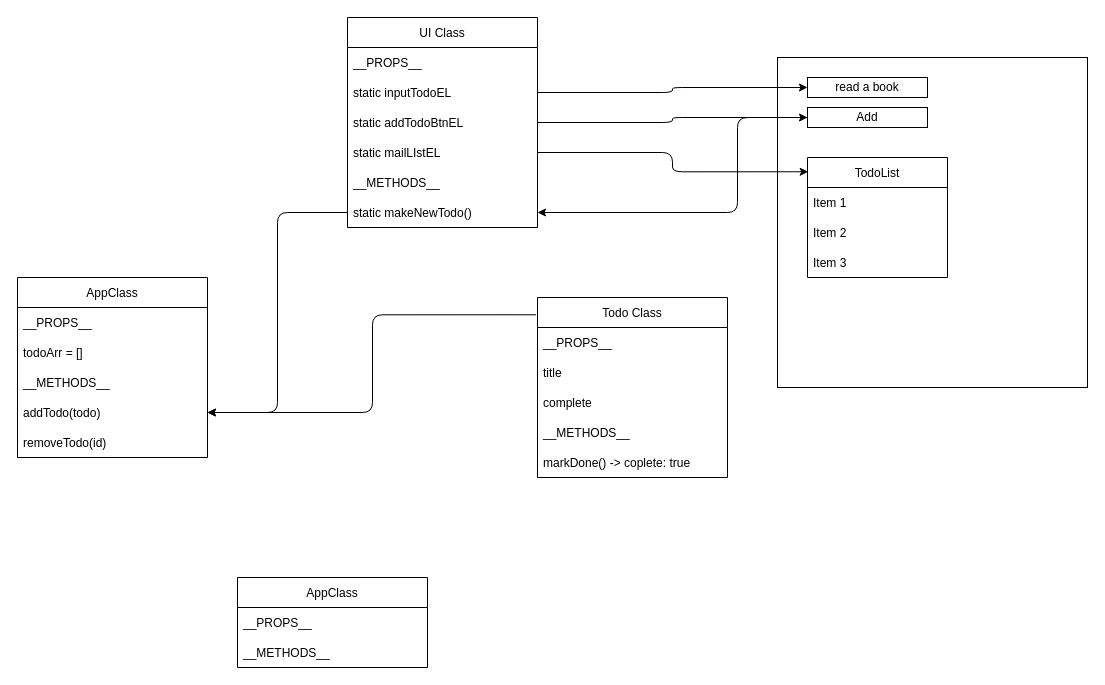
Before: plan.drawio in MariusCodeAcademy/type12-js-18-oop-todo-magic, a draw.io diagram. Source tidied: cells renumbered, new cells numbered last; positions are measured from the earlier drawing's top-left corner, leaving out a move shared by most shapes. Both pictures are drawn from the tidied source at 100%, with x=0, y=0 at pixel (17, 17).
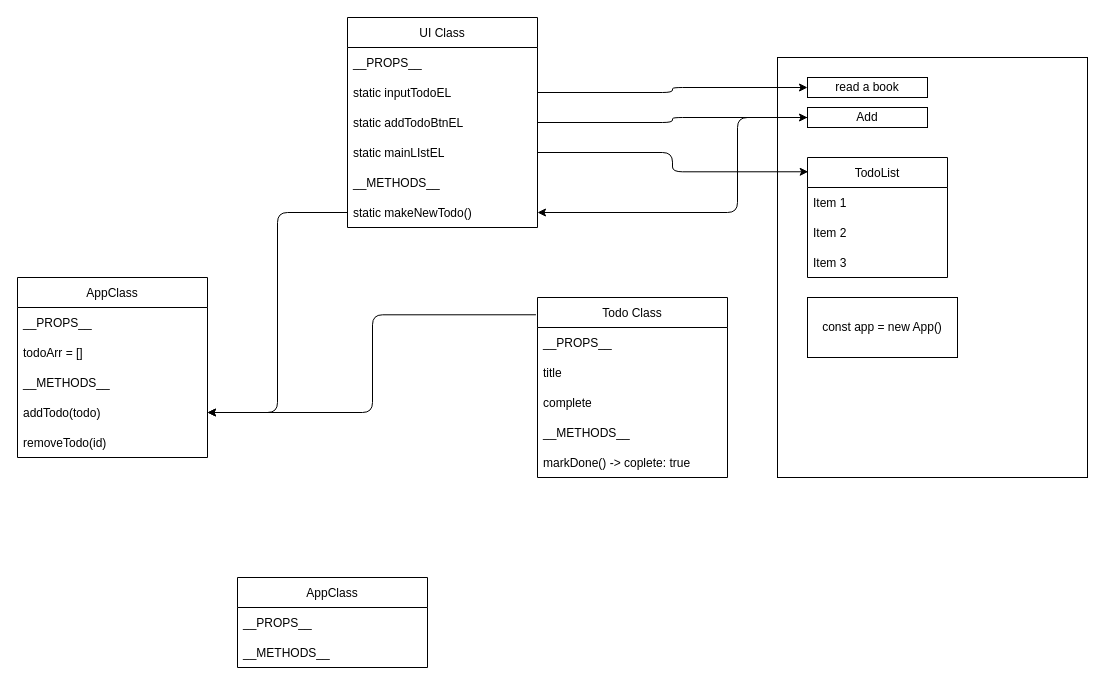
The same diagram, later.

Unchanged cells that the change refers to:
```xml
<mxCell id="18" value="UI Class" style="swimlane;fontStyle=0;horizontal=1;startSize=30;" parent="1" vertex="1">
  <mxGeometry x="330" width="190" height="210" as="geometry" />
</mxCell>
```

Change to the diagram source:
```diff
@@
-    <mxCell id="22" value="static mailLIstEL" style="text;strokeColor=none;fillColor=none;align=left;verticalAlign=middle;spacingLeft=4;spacingRight=4;overflow=hidden;points=[[0,0.5],[1,0.5]];portConstraint=eastwest;" parent="18" vertex="1">
+    <mxCell id="22" value="static mainLIstEL" style="text;strokeColor=none;fillColor=none;align=left;verticalAlign=middle;spacingLeft=4;spacingRight=4;overflow=hidden;points=[[0,0.5],[1,0.5]];portConstraint=eastwest;" parent="18" vertex="1">
       <mxGeometry y="120" width="190" height="30" as="geometry" />
     </mxCell>
@@
     <mxCell id="25" style="rounded=0;whiteSpace=wrap;html=1;" parent="1" vertex="1">
-      <mxGeometry x="760" y="40" width="310" height="330" as="geometry" />
+      <mxGeometry x="760" y="40" width="310" height="420" as="geometry" />
     </mxCell>
@@
+    <mxCell id="37" value="const app = new App()" style="rounded=0;whiteSpace=wrap;html=1;" parent="1" vertex="1">
+      <mxGeometry x="790" y="280" width="150" height="60" as="geometry" />
+    </mxCell>
```
